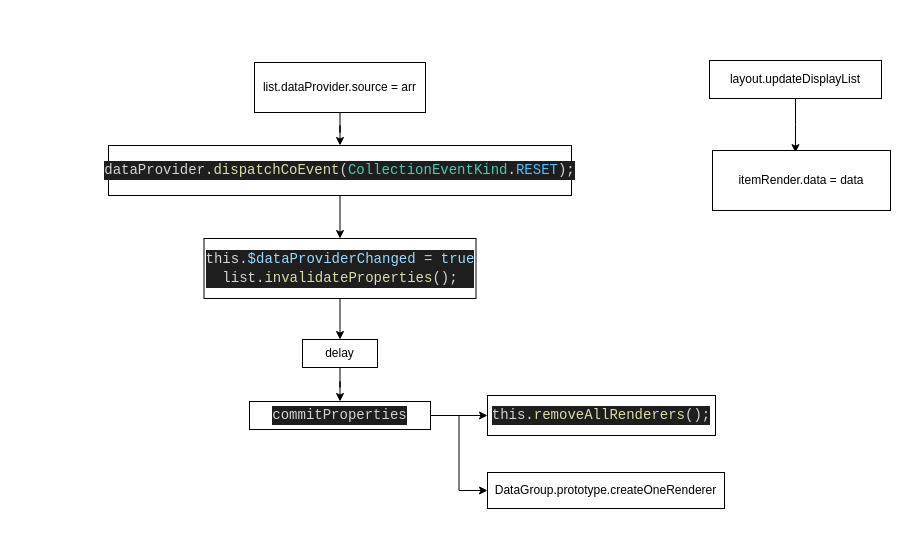
Before: page "list.dataProvider.source" (4 of 4) of G123/G123.drawio in breezerzxq/Diagram, a draw.io diagram. Source tidied: cells renumbered, new cells numbered last; positions are measured from the earlier drawing's top-left corner, leaving out a move shared by most shapes. Both pictures are drawn from the tidied source at 100%, with x=0, y=0 at pixel (108, 60).
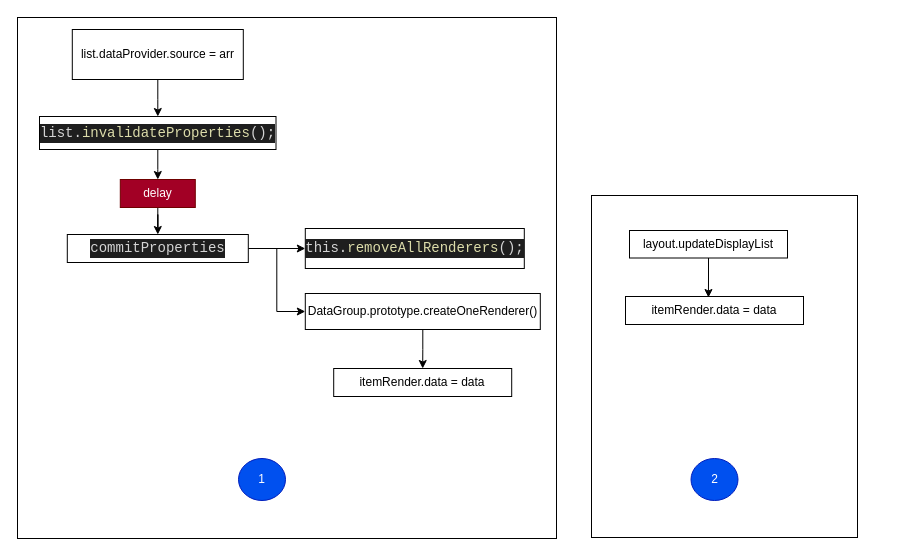
Above is the later version.

Change to the diagram source:
```diff
@@
-    <mxCell id="2" style="edgeStyle=orthogonalEdgeStyle;rounded=0;jettySize=auto;html=1;" parent="1" edge="1" source="3" target="5">
-      <mxGeometry relative="1" as="geometry" />
-    </mxCell>
+    <mxCell id="18" style="whiteSpace=wrap;html=1;" parent="1" vertex="1">
+      <mxGeometry x="483" y="135" width="266" height="342" as="geometry" />
+    </mxCell>
+    <mxCell id="19" style="whiteSpace=wrap;html=1;" parent="1" vertex="1">
+      <mxGeometry x="-91" y="-43" width="539" height="521" as="geometry" />
+    </mxCell>
+    <mxCell id="20" style="edgeStyle=orthogonalEdgeStyle;rounded=0;jettySize=auto;html=1;" parent="1" edge="1" source="3" target="7">
+      <mxGeometry relative="1" as="geometry" />
+    </mxCell>
     <mxCell id="3" value="list.dataProvider.source = arr" style="html=1;whiteSpace=wrap;" parent="1" vertex="1">
-      <mxGeometry x="146" y="2" width="171" height="50" as="geometry" />
+      <mxGeometry x="-36.2" y="-31" width="171" height="50" as="geometry" />
     </mxCell>
-    <mxCell id="4" style="edgeStyle=orthogonalEdgeStyle;rounded=0;jettySize=auto;html=1;" parent="1" edge="1" source="5" target="7">
-      <mxGeometry relative="1" as="geometry" />
-    </mxCell>
-    <mxCell id="5" value="&lt;div style=&quot;color: rgb(212, 212, 212); background-color: rgb(30, 30, 30); font-family: Consolas, &amp;quot;Courier New&amp;quot;, monospace; font-size: 14px; line-height: 19px;&quot;&gt;dataProvider.&lt;span style=&quot;color: #dcdcaa;&quot;&gt;dispatchCoEvent&lt;/span&gt;(&lt;span style=&quot;color: #4ec9b0;&quot;&gt;CollectionEventKind&lt;/span&gt;.&lt;span style=&quot;color: #4fc1ff;&quot;&gt;RESET&lt;/span&gt;);&lt;/div&gt;" style="html=1;whiteSpace=wrap;" parent="1" vertex="1">
-      <mxGeometry y="85" width="463" height="50" as="geometry" />
-    </mxCell>
@@
-    <mxCell id="7" value="&lt;div style=&quot;color: rgb(212, 212, 212); background-color: rgb(30, 30, 30); font-family: Consolas, &amp;quot;Courier New&amp;quot;, monospace; font-size: 14px; line-height: 19px;&quot;&gt;this&lt;span style=&quot;&quot;&gt;.&lt;/span&gt;&lt;span style=&quot;color: rgb(156, 220, 254);&quot;&gt;$dataProviderChanged = true&lt;/span&gt;&lt;/div&gt;&lt;div style=&quot;color: rgb(212, 212, 212); background-color: rgb(30, 30, 30); font-family: Consolas, &amp;quot;Courier New&amp;quot;, monospace; font-size: 14px; line-height: 19px;&quot;&gt;list.&lt;span style=&quot;color: rgb(220, 220, 170);&quot;&gt;invalidateProperties&lt;/span&gt;();&lt;/div&gt;" style="whiteSpace=wrap;html=1;" parent="1" vertex="1">
-      <mxGeometry x="95.5" y="178" width="272" height="60" as="geometry" />
+    <mxCell id="7" value="&lt;div style=&quot;color: rgb(212, 212, 212); background-color: rgb(30, 30, 30); font-family: Consolas, &amp;quot;Courier New&amp;quot;, monospace; font-size: 14px; line-height: 19px;&quot;&gt;list.&lt;span style=&quot;color: rgb(220, 220, 170);&quot;&gt;invalidateProperties&lt;/span&gt;();&lt;br&gt;&lt;/div&gt;" style="whiteSpace=wrap;html=1;" parent="1" vertex="1">
+      <mxGeometry x="-69" y="56" width="236.5" height="33" as="geometry" />
     </mxCell>
@@
-    <mxCell id="9" value="delay" style="whiteSpace=wrap;html=1;" parent="1" vertex="1">
-      <mxGeometry x="194" y="279" width="75" height="28" as="geometry" />
+    <mxCell id="9" value="delay" style="whiteSpace=wrap;html=1;fillColor=#a20025;fontColor=#ffffff;strokeColor=#6F0000;" parent="1" vertex="1">
+      <mxGeometry x="11.8" y="119" width="75" height="28" as="geometry" />
     </mxCell>
@@
     <mxCell id="12" value="&lt;div style=&quot;color: rgb(212, 212, 212); background-color: rgb(30, 30, 30); font-family: Consolas, &amp;quot;Courier New&amp;quot;, monospace; font-size: 14px; line-height: 19px;&quot;&gt;commitProperties&lt;/div&gt;" style="whiteSpace=wrap;html=1;" parent="1" vertex="1">
-      <mxGeometry x="141" y="341" width="181" height="28" as="geometry" />
+      <mxGeometry x="-41.2" y="174" width="181" height="28" as="geometry" />
     </mxCell>
     <mxCell id="13" value="&lt;div style=&quot;color: rgb(212, 212, 212); background-color: rgb(30, 30, 30); font-family: Consolas, &amp;quot;Courier New&amp;quot;, monospace; font-size: 14px; line-height: 19px;&quot;&gt;&lt;div style=&quot;line-height: 19px;&quot;&gt;this.&lt;span style=&quot;color: #dcdcaa;&quot;&gt;removeAllRenderers&lt;/span&gt;();&lt;/div&gt;&lt;/div&gt;" style="whiteSpace=wrap;html=1;" parent="1" vertex="1">
-      <mxGeometry x="379" y="335" width="228" height="40" as="geometry" />
+      <mxGeometry x="196.8" y="168" width="219" height="40" as="geometry" />
     </mxCell>
+    <mxCell id="21" style="edgeStyle=orthogonalEdgeStyle;rounded=0;jettySize=auto;html=1;" parent="1" edge="1" source="14" target="22">
+      <mxGeometry relative="1" as="geometry" />
+    </mxCell>
-    <mxCell id="14" value="DataGroup.prototype.createOneRenderer" style="whiteSpace=wrap;html=1;" parent="1" vertex="1">
-      <mxGeometry x="379" y="412" width="237" height="36" as="geometry" />
+    <mxCell id="14" value="DataGroup.prototype.createOneRenderer()" style="whiteSpace=wrap;html=1;" parent="1" vertex="1">
+      <mxGeometry x="196.8" y="233" width="235" height="36" as="geometry" />
     </mxCell>
@@
     <mxCell id="16" value="layout.updateDisplayList" style="whiteSpace=wrap;html=1;" parent="1" vertex="1">
-      <mxGeometry x="601" width="172" height="38" as="geometry" />
+      <mxGeometry x="521" y="170" width="158" height="27.5" as="geometry" />
     </mxCell>
     <mxCell id="17" value="itemRender.data = data" style="whiteSpace=wrap;html=1;" parent="1" vertex="1">
-      <mxGeometry x="604" y="90" width="178" height="60" as="geometry" />
+      <mxGeometry x="517" y="236" width="178" height="28" as="geometry" />
     </mxCell>
+    <mxCell id="22" value="itemRender.data = data" style="whiteSpace=wrap;html=1;" parent="1" vertex="1">
+      <mxGeometry x="225.2" y="308" width="178" height="28" as="geometry" />
+    </mxCell>
+    <mxCell id="23" value="1" style="ellipse;whiteSpace=wrap;html=1;fillColor=#0050ef;fontColor=#ffffff;strokeColor=#001DBC;" parent="1" vertex="1">
+      <mxGeometry x="130" y="398" width="47" height="42" as="geometry" />
+    </mxCell>
+    <mxCell id="24" value="2" style="ellipse;whiteSpace=wrap;html=1;fillColor=#0050ef;fontColor=#ffffff;strokeColor=#001DBC;" parent="1" vertex="1">
+      <mxGeometry x="582.5" y="398" width="47" height="42" as="geometry" />
+    </mxCell>
+    <mxCell id="25" style="text;strokeColor=none;fillColor=none;align=left;verticalAlign=middle;spacingTop=-1;spacingLeft=4;spacingRight=4;labelPosition=right;" parent="1" vertex="1">
+      <mxGeometry x="425" y="198" width="20" height="14" as="geometry" />
+    </mxCell>
+    <mxCell id="26" style="text;strokeColor=none;fillColor=none;align=left;verticalAlign=middle;spacingTop=-1;spacingLeft=4;spacingRight=4;labelPosition=right;" parent="1" vertex="1">
+      <mxGeometry x="493" y="427" width="20" height="14" as="geometry" />
+    </mxCell>
```
